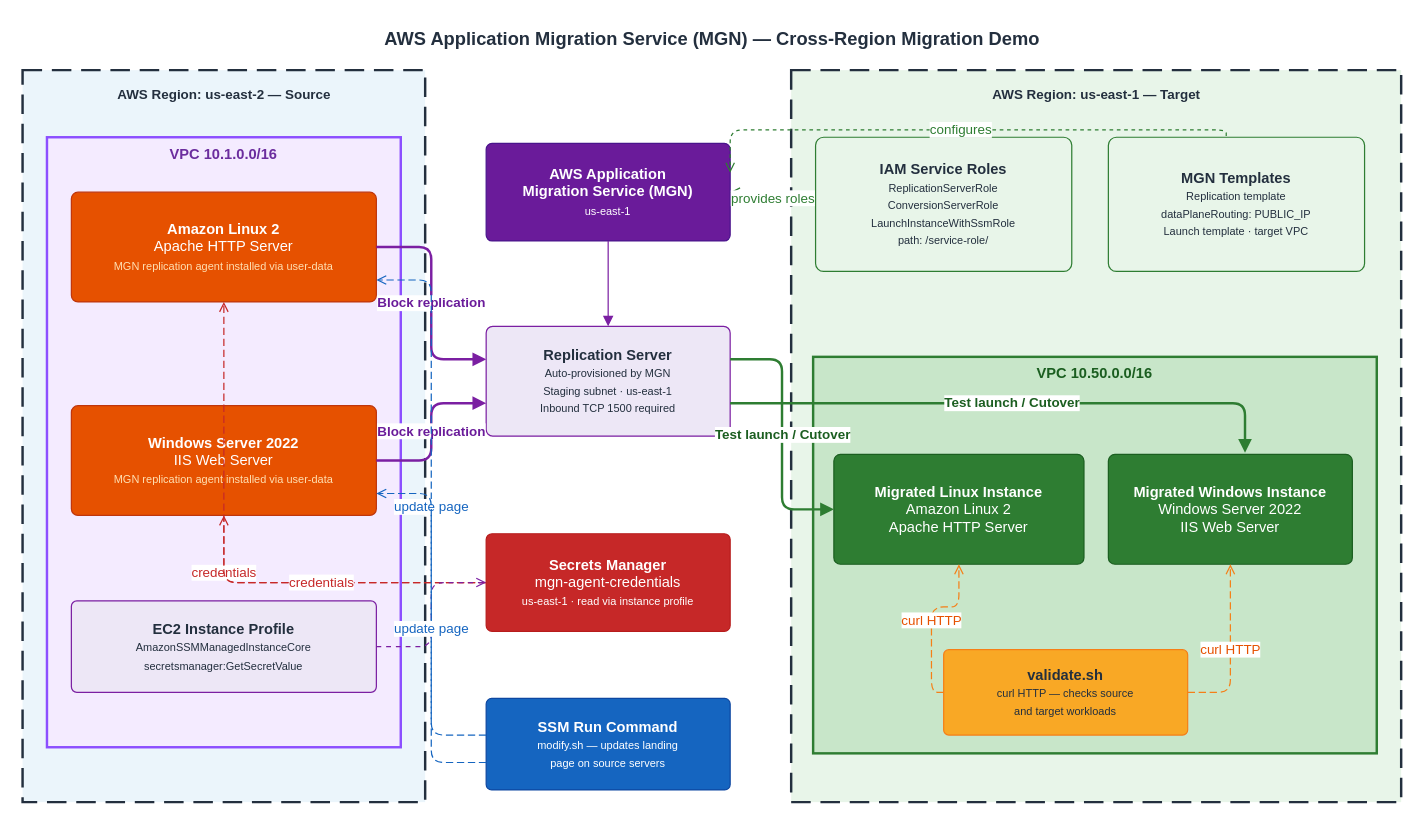
Before: aws-mgn-example.drawio in mamonaco1973/aws-mgn-example, a draw.io diagram. Source tidied: cells renumbered, new cells numbered last; positions are measured from the earlier drawing's top-left corner, leaving out a move shared by most shapes. Both pictures are drawn from the tidied source at 122%, with x=0, y=0 at pixel (22, 21).
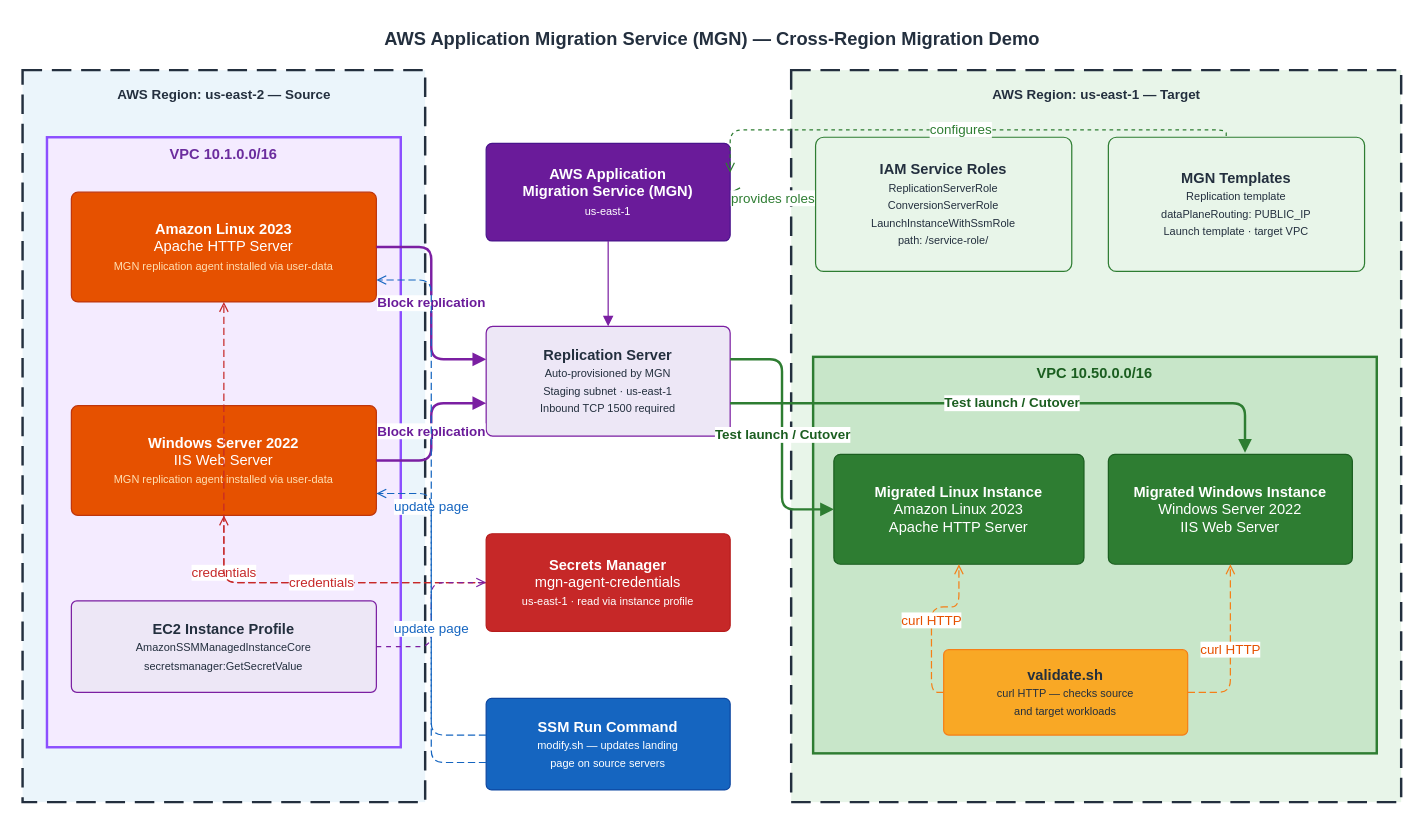
After the change.

Commit message (it also covers changes not shown here):
use amazon linux 2023

Diff of the diagram source:
```diff
@@
-    <mxCell id="6" value="&lt;b&gt;Amazon Linux 2&lt;/b&gt;&lt;br&gt;Apache HTTP Server&lt;br&gt;&lt;font style='font-size:9px;' color='#FFE0B2'&gt;MGN replication agent installed via user-data&lt;/font&gt;" style="rounded=1;whiteSpace=wrap;html=1;fillColor=#E65100;strokeColor=#BF360C;fontColor=#ffffff;fontSize=12;arcSize=6;" parent="1" vertex="1">
+    <mxCell id="6" value="&lt;b&gt;Amazon Linux 2023&lt;/b&gt;&lt;br&gt;Apache HTTP Server&lt;br&gt;&lt;font style='font-size:9px;' color='#FFE0B2'&gt;MGN replication agent installed via user-data&lt;/font&gt;" style="rounded=1;whiteSpace=wrap;html=1;fillColor=#E65100;strokeColor=#BF360C;fontColor=#ffffff;fontSize=12;arcSize=6;" parent="1" vertex="1">
       <mxGeometry x="40" y="140" width="250" height="90" as="geometry" />
     </mxCell>
@@
-    <mxCell id="18" value="&lt;b&gt;Migrated Linux Instance&lt;/b&gt;&lt;br&gt;Amazon Linux 2&lt;br&gt;Apache HTTP Server" style="rounded=1;whiteSpace=wrap;html=1;fillColor=#2E7D32;strokeColor=#1B5E20;fontColor=#ffffff;fontSize=12;arcSize=6;" parent="1" vertex="1">
+    <mxCell id="18" value="&lt;b&gt;Migrated Linux Instance&lt;/b&gt;&lt;br&gt;Amazon Linux 2023&lt;br&gt;Apache HTTP Server" style="rounded=1;whiteSpace=wrap;html=1;fillColor=#2E7D32;strokeColor=#1B5E20;fontColor=#ffffff;fontSize=12;arcSize=6;" parent="1" vertex="1">
       <mxGeometry x="665" y="355" width="205" height="90" as="geometry" />
     </mxCell>
```
